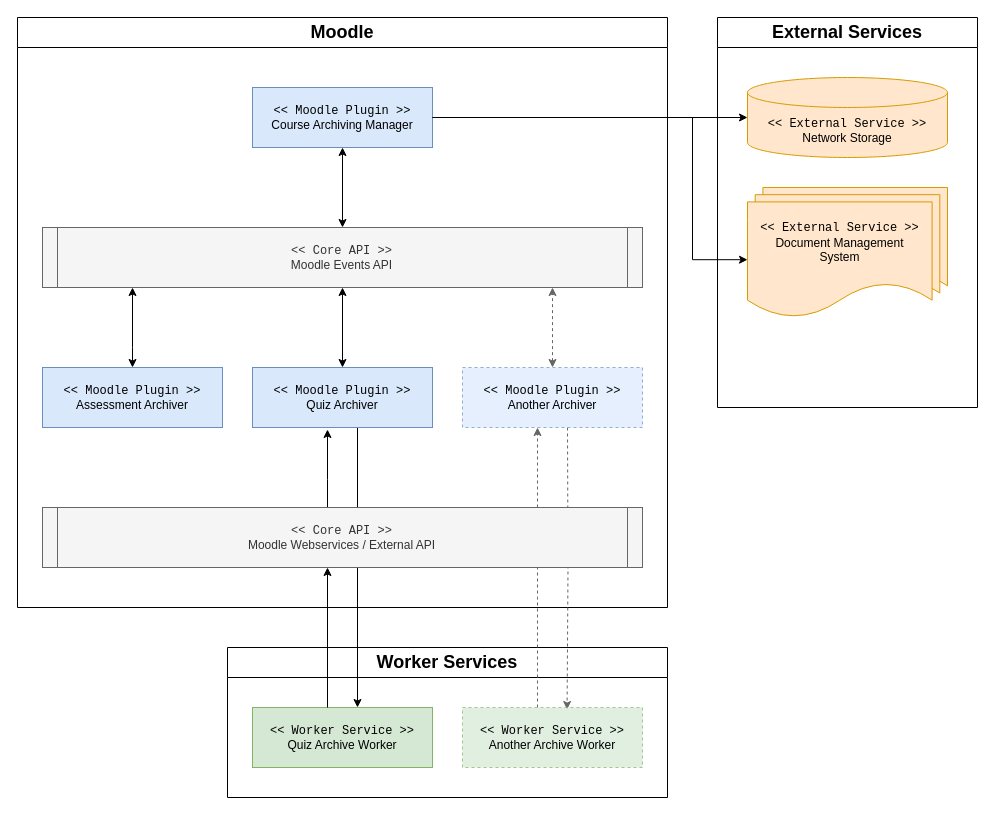
Before: docs/architecture/architecture-overview.drawio in ngandrass/moodle-data-archiving-concept, a draw.io diagram. Source tidied: cells renumbered, new cells numbered last; positions are measured from the earlier drawing's top-left corner, leaving out a move shared by most shapes. Both pictures are drawn from the tidied source at 100%, with x=0, y=0 at pixel (17, 17).
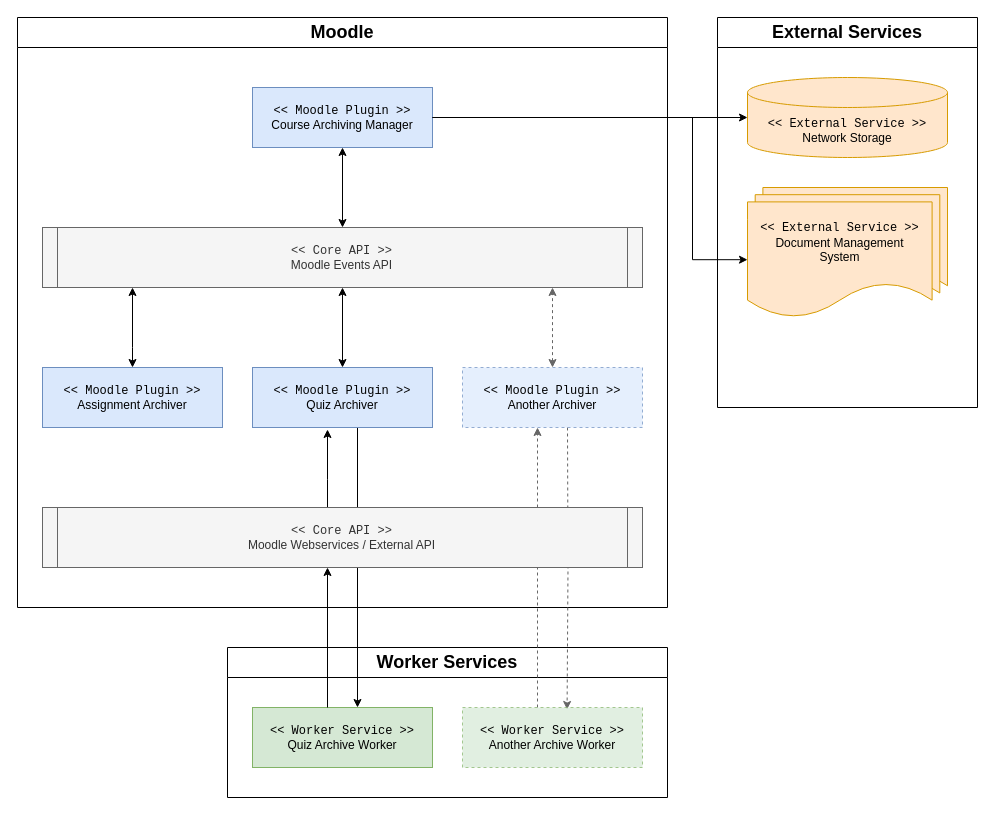
The same diagram, later.

Commit message (it also covers changes not shown here):
Fix naming of assignment activity in architecture drafts

The change refers to these unchanged cells:
```xml
<mxCell id="5" value="&lt;font style=&quot;font-size: 18px;&quot;&gt;Moodle&lt;/font&gt;" style="swimlane;whiteSpace=wrap;html=1;startSize=30;swimlaneLine=1;" parent="1" vertex="1">
  <mxGeometry width="650" height="590" as="geometry" />
</mxCell>
```

Change to the diagram source:
```diff
@@
-    <mxCell id="10" value="&lt;font face=&quot;Courier New&quot; style=&quot;font-size: 12px;&quot;&gt;&amp;lt;&amp;lt; Moodle Plugin &amp;gt;&amp;gt;&lt;/font&gt;&lt;div style=&quot;&quot;&gt;Assessment Archiver&lt;/div&gt;" style="rounded=0;whiteSpace=wrap;html=1;fillColor=#dae8fc;strokeColor=#6c8ebf;spacing=2;" parent="5" vertex="1">
+    <mxCell id="10" value="&lt;font face=&quot;Courier New&quot; style=&quot;font-size: 12px;&quot;&gt;&amp;lt;&amp;lt; Moodle Plugin &amp;gt;&amp;gt;&lt;/font&gt;&lt;div style=&quot;&quot;&gt;Assignment Archiver&lt;/div&gt;" style="rounded=0;whiteSpace=wrap;html=1;fillColor=#dae8fc;strokeColor=#6c8ebf;spacing=2;" parent="5" vertex="1">
       <mxGeometry x="25" y="350" width="180" height="60" as="geometry" />
     </mxCell>
```
